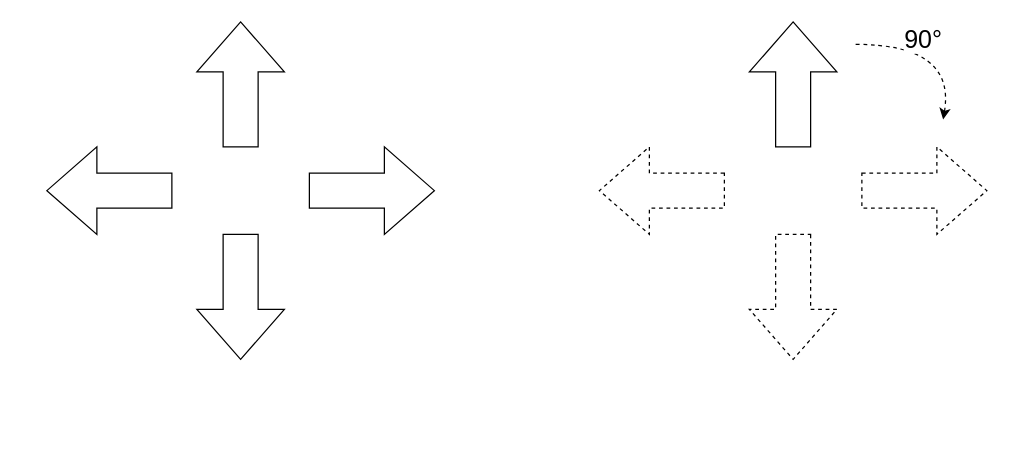
The draw.io diagram _posts/제목 없는 다이어그램.drawio in hunjuly/hunjuly.github.io, before the edit. Source tidied: cells renumbered, new cells numbered last; positions are measured from the earlier drawing's top-left corner, leaving out a move shared by most shapes. Both pictures are drawn from the tidied source at 125%, with x=0, y=0 at pixel (46, 21).
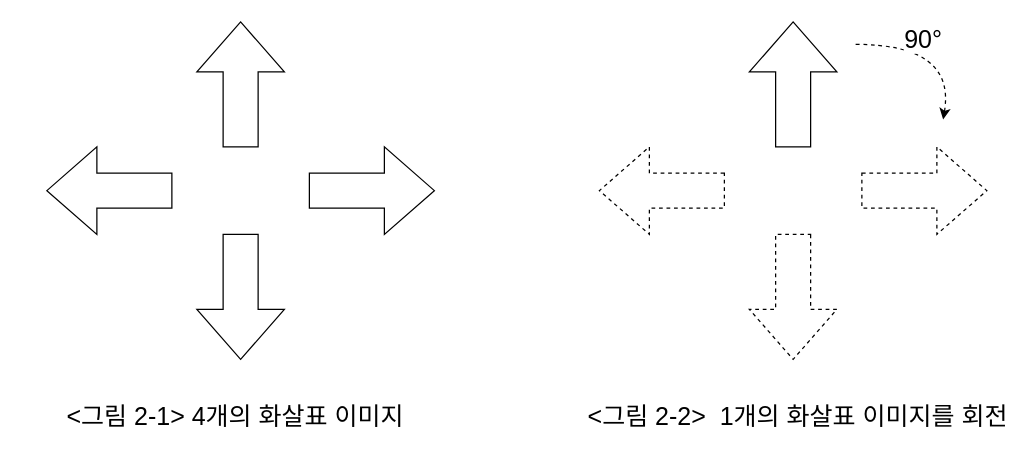
After the change.

Commit message (it also covers changes not shown here):
제목 없는 다이어그램.drawio 업데이트

What changed in the source:
```diff
@@
 <mxGraphModel>
   <root>
     <mxCell id="0" />
     <mxCell id="1" parent="0" />
     <mxCell id="2" style="html=1;shadow=0;dashed=0;align=center;verticalAlign=middle;shape=mxgraph.arrows2.arrow;dy=0.6;dx=40;notch=0;" parent="1" vertex="1">
       <mxGeometry x="210" y="100" width="100" height="70" as="geometry" />
     </mxCell>
     <mxCell id="3" style="html=1;shadow=0;dashed=0;align=center;verticalAlign=middle;shape=mxgraph.arrows2.arrow;dy=0.6;dx=40;flipH=1;notch=0;" parent="1" vertex="1">
       <mxGeometry y="100" width="100" height="70" as="geometry" />
     </mxCell>
     <mxCell id="4" style="html=1;shadow=0;dashed=0;align=center;verticalAlign=middle;shape=mxgraph.arrows2.arrow;dy=0.6;dx=40;direction=north;notch=0;" parent="1" vertex="1">
       <mxGeometry x="120" width="70" height="100" as="geometry" />
     </mxCell>
     <mxCell id="5" style="html=1;shadow=0;dashed=0;align=center;verticalAlign=middle;shape=mxgraph.arrows2.arrow;dy=0.6;dx=40;direction=south;notch=0;" parent="1" vertex="1">
       <mxGeometry x="120" y="170" width="70" height="100" as="geometry" />
     </mxCell>
     <mxCell id="6" style="html=1;shadow=0;dashed=1;align=center;verticalAlign=middle;shape=mxgraph.arrows2.arrow;dy=0.6;dx=40;notch=0;" parent="1" vertex="1">
       <mxGeometry x="652" y="100" width="100" height="70" as="geometry" />
     </mxCell>
     <mxCell id="7" style="html=1;shadow=0;dashed=1;align=center;verticalAlign=middle;shape=mxgraph.arrows2.arrow;dy=0.6;dx=40;flipH=1;notch=0;" parent="1" vertex="1">
       <mxGeometry x="442" y="100" width="100" height="70" as="geometry" />
     </mxCell>
     <mxCell id="8" style="html=1;shadow=0;dashed=0;align=center;verticalAlign=middle;shape=mxgraph.arrows2.arrow;dy=0.6;dx=40;direction=north;notch=0;" parent="1" vertex="1">
       <mxGeometry x="562" width="70" height="100" as="geometry" />
     </mxCell>
     <mxCell id="9" style="html=1;shadow=0;dashed=1;align=center;verticalAlign=middle;shape=mxgraph.arrows2.arrow;dy=0.6;dx=40;direction=south;notch=0;" parent="1" vertex="1">
       <mxGeometry x="562" y="170" width="70" height="100" as="geometry" />
     </mxCell>
     <mxCell id="10" style="curved=1;endArrow=classic;html=1;rounded=0;dashed=1;" parent="1" edge="1">
       <mxGeometry relative="1" as="geometry">
         <mxPoint x="647" y="18" as="sourcePoint" />
         <mxPoint x="717" y="78" as="targetPoint" />
         <Array as="points">
           <mxPoint x="727" y="18" />
         </Array>
       </mxGeometry>
     </mxCell>
     <mxCell id="11" value="90°" style="edgeLabel;html=1;align=center;verticalAlign=middle;fontSize=20;" parent="10" vertex="1">
       <mxGeometry x="-0.23" y="6" relative="1" as="geometry">
         <mxPoint x="-1" as="offset" />
       </mxGeometry>
     </mxCell>
+    <mxCell id="12" value="&amp;lt;그림 2-1&amp;gt; 4개의 화살표 이미지" style="text;html=1;strokeColor=none;fillColor=none;align=center;verticalAlign=middle;whiteSpace=wrap;rounded=0;dashed=1;fontSize=20;" parent="1" vertex="1">
+      <mxGeometry x="-20" y="300" width="342" height="30" as="geometry" />
+    </mxCell>
+    <mxCell id="13" value="&amp;lt;그림 2-2&amp;gt; &amp;nbsp;1개의 화살표 이미지를 회전" style="text;html=1;strokeColor=none;fillColor=none;align=center;verticalAlign=middle;whiteSpace=wrap;rounded=0;dashed=1;fontSize=20;" parent="1" vertex="1">
+      <mxGeometry x="430" y="300" width="342" height="30" as="geometry" />
+    </mxCell>
   </root>
 </mxGraphModel>
```
